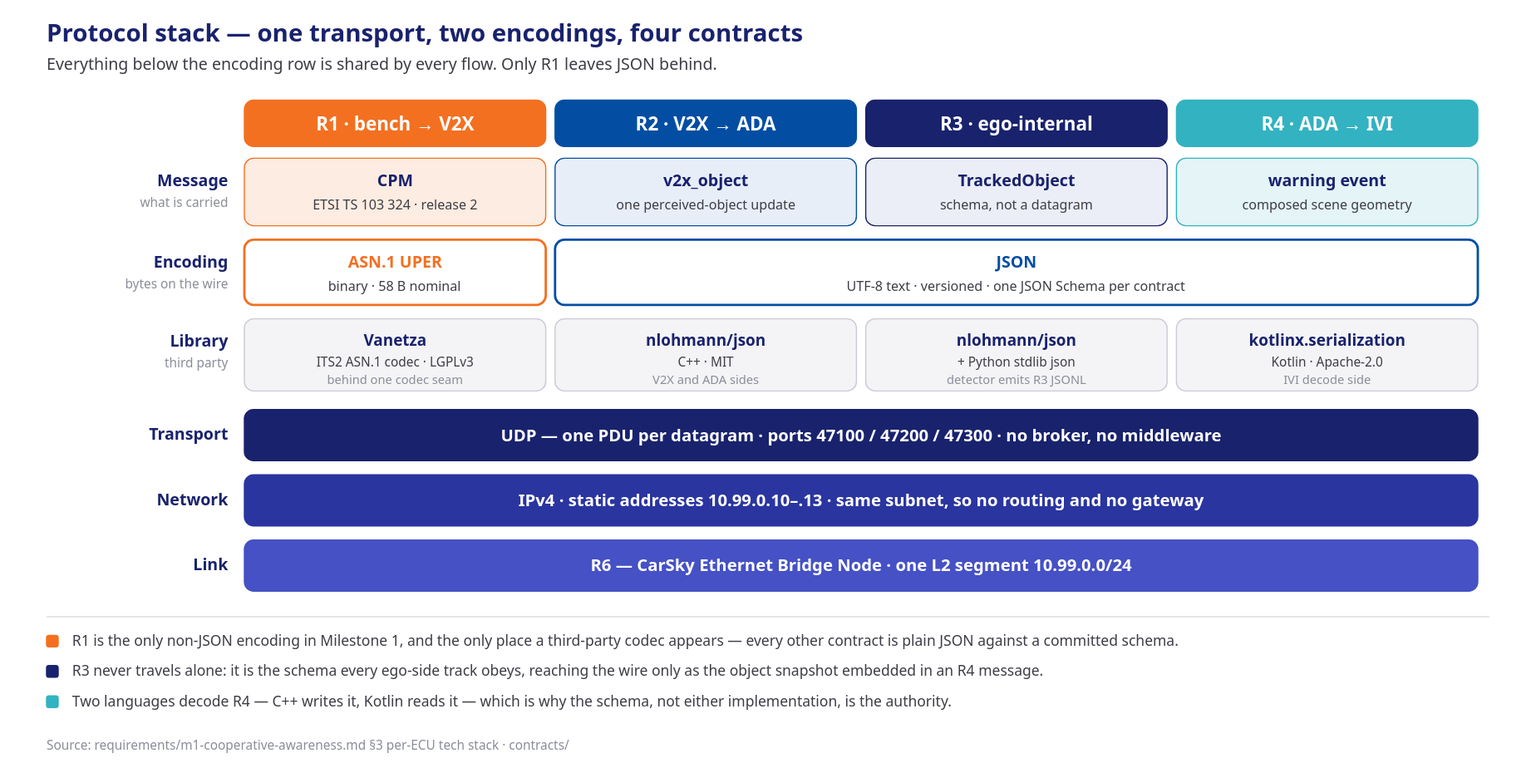
The draw.io diagram presentation/assets/m1-protocol-stack.svg in mnpham2101/FPT-Hackathon2026, before a commit. Source tidied: cells renumbered, new cells last; positions are measured from the earlier drawing's top-left corner, leaving out a move shared by most shapes.
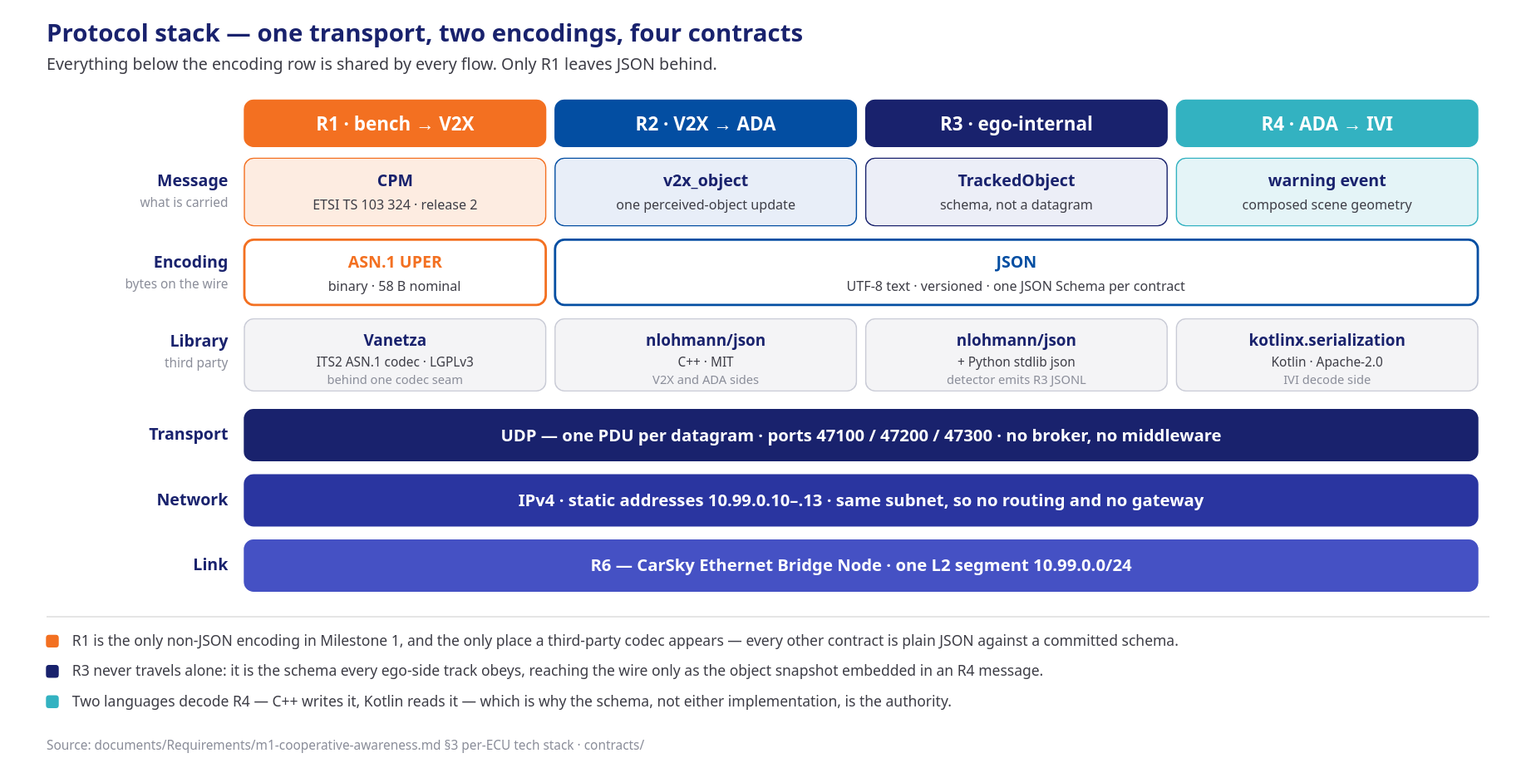
After the change.

The edit, as a diff of the source:
```diff
@@ -152,7 +152,7 @@
     <mxCell id="50" value="Two languages decode R4 — C++ writes it, Kotlin reads it — which is why the schema, not either implementation, is the authority." style="text;html=1;align=left;verticalAlign=middle;fontSize=12.5;fontColor=#3d3d46;fontStyle=0;" parent="1" vertex="1">
       <mxGeometry x="26" y="571" width="1200" height="20" as="geometry" />
     </mxCell>
-    <mxCell id="51" value="Source: requirements/m1-cooperative-awareness.md §3 per-ECU tech stack · contracts/" style="text;html=1;align=left;verticalAlign=middle;fontSize=11;fontColor=#8a8d99;fontStyle=0;" parent="1" vertex="1">
+    <mxCell id="51" value="Source: documents/Requirements/m1-cooperative-awareness.md §3 per-ECU tech stack · contracts/" style="text;html=1;align=left;verticalAlign=middle;fontSize=11;fontColor=#8a8d99;fontStyle=0;" parent="1" vertex="1">
       <mxGeometry x="4" y="608" width="700" height="20" as="geometry" />
     </mxCell>
   </root>
```
